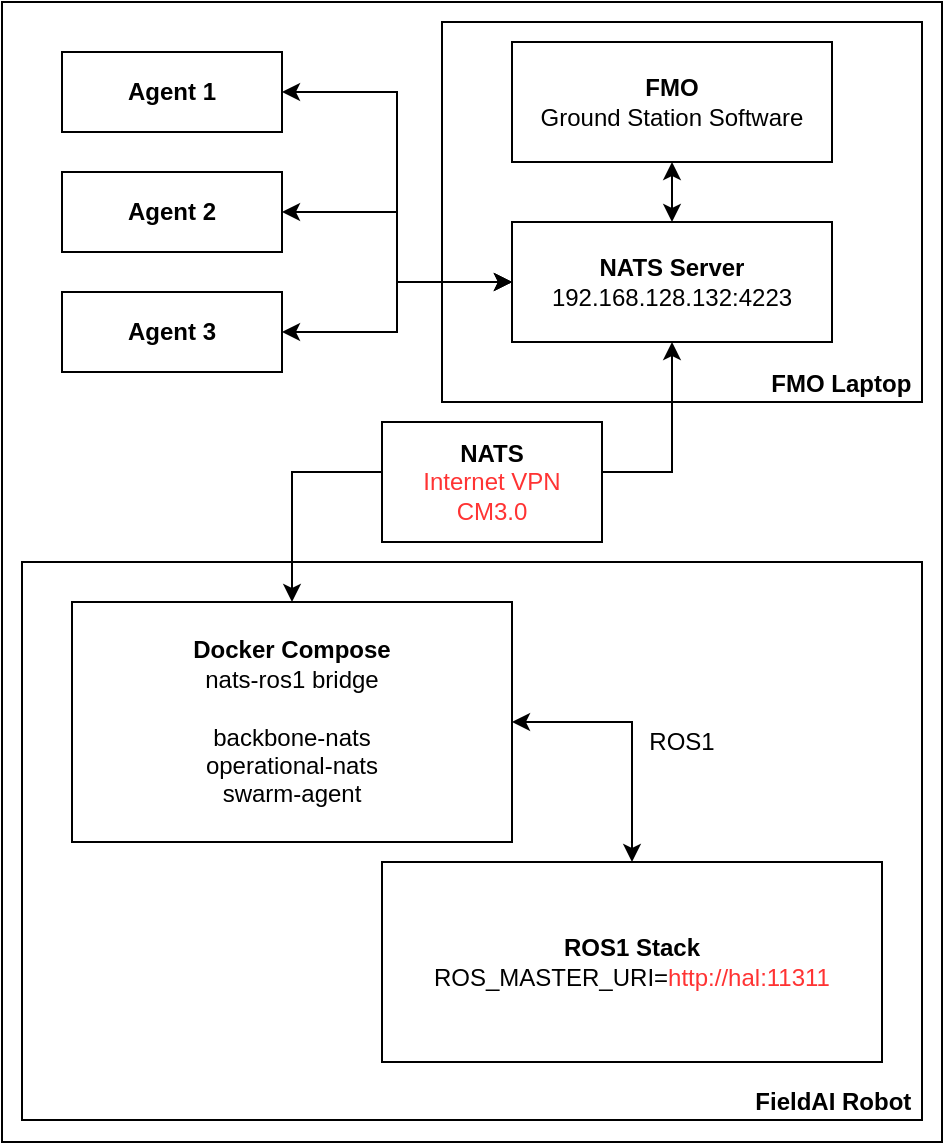
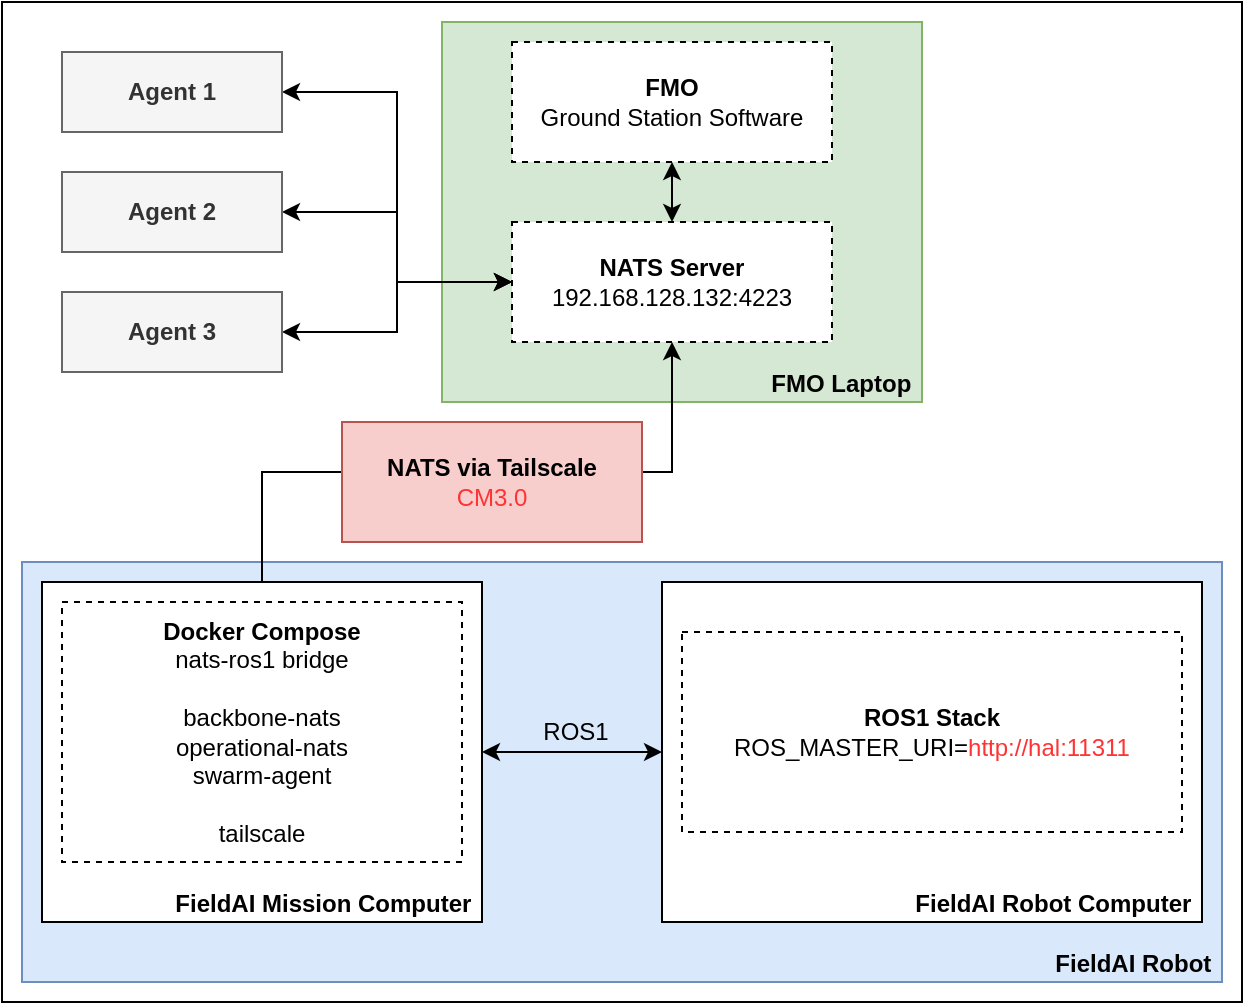
<mxfile host="Electron" agent="Mozilla/5.0 (X11; Linux x86_64) AppleWebKit/537.36 (KHTML, like Gecko) draw.io/28.2.5 Chrome/138.0.7204.251 Electron/37.6.1 Safari/537.36" version="28.2.5">
  <diagram name="Page-1" id="4LKxJmiHCzAgHi-25CAg">
    <mxGraphModel dx="983" dy="596" grid="1" gridSize="10" guides="1" tooltips="1" connect="1" arrows="1" fold="1" page="1" pageScale="1" pageWidth="850" pageHeight="1100" math="0" shadow="0">
      <root>
        <mxCell id="0" />
        <mxCell id="1" parent="0" />
-         <mxCell id="ao4_OA2Sh6UKhkAWIHi6-6" value="" style="rounded=0;whiteSpace=wrap;html=1;" vertex="1" parent="1">
-           <mxGeometry x="140" y="260" width="470" height="570" as="geometry" />
+         <mxCell id="ao4_OA2Sh6UKhkAWIHi6-6" value="" style="rounded=0;whiteSpace=wrap;html=1;" parent="1" vertex="1">
+           <mxGeometry x="140" y="260" width="620" height="500" as="geometry" />
        </mxCell>
-         <mxCell id="NqXXLPDWZZw7BoWwIbQB-7" value="&lt;b&gt;FMO Laptop&amp;nbsp;&lt;/b&gt;" style="rounded=0;whiteSpace=wrap;html=1;align=right;verticalAlign=bottom;" parent="1" vertex="1">
+         <mxCell id="NqXXLPDWZZw7BoWwIbQB-7" value="&lt;b&gt;FMO Laptop&amp;nbsp;&lt;/b&gt;" style="rounded=0;whiteSpace=wrap;html=1;align=right;verticalAlign=bottom;fillColor=#d5e8d4;strokeColor=#82b366;" parent="1" vertex="1">
          <mxGeometry x="360" y="270" width="240" height="190" as="geometry" />
        </mxCell>
-         <mxCell id="NqXXLPDWZZw7BoWwIbQB-6" value="&lt;b&gt;FieldAI Robot&amp;nbsp;&lt;/b&gt;" style="rounded=0;whiteSpace=wrap;html=1;align=right;verticalAlign=bottom;" parent="1" vertex="1">
-           <mxGeometry x="150" y="540" width="450" height="279" as="geometry" />
+         <mxCell id="NqXXLPDWZZw7BoWwIbQB-6" value="&lt;b&gt;FieldAI Robot&amp;nbsp;&lt;/b&gt;" style="rounded=0;whiteSpace=wrap;html=1;align=right;verticalAlign=bottom;fillColor=#dae8fc;strokeColor=#6c8ebf;" parent="1" vertex="1">
+           <mxGeometry x="150" y="540" width="600" height="210" as="geometry" />
        </mxCell>
-         <mxCell id="NqXXLPDWZZw7BoWwIbQB-2" value="&lt;b&gt;NATS Server&lt;/b&gt;&lt;div&gt;192.168.128.132:4223&lt;/div&gt;" style="rounded=0;whiteSpace=wrap;html=1;" parent="1" vertex="1">
+         <mxCell id="NqXXLPDWZZw7BoWwIbQB-2" value="&lt;b&gt;NATS Server&lt;/b&gt;&lt;div&gt;192.168.128.132:4223&lt;/div&gt;" style="rounded=0;whiteSpace=wrap;html=1;dashed=1;" parent="1" vertex="1">
          <mxGeometry x="395" y="370" width="160" height="60" as="geometry" />
        </mxCell>
-         <mxCell id="NqXXLPDWZZw7BoWwIbQB-9" style="edgeStyle=orthogonalEdgeStyle;rounded=0;orthogonalLoop=1;jettySize=auto;html=1;exitX=1;exitY=0.5;exitDx=0;exitDy=0;startArrow=classic;startFill=1;" parent="1" source="NqXXLPDWZZw7BoWwIbQB-3" target="NqXXLPDWZZw7BoWwIbQB-5" edge="1">
+         <mxCell id="NqXXLPDWZZw7BoWwIbQB-9" style="edgeStyle=orthogonalEdgeStyle;rounded=0;orthogonalLoop=1;jettySize=auto;html=1;exitX=1;exitY=0.5;exitDx=0;exitDy=0;startArrow=classic;startFill=1;entryX=0;entryY=0.5;entryDx=0;entryDy=0;" parent="1" source="Mt-QOnj-M8pVkXTkuhvp-1" target="Mt-QOnj-M8pVkXTkuhvp-2" edge="1">
          <mxGeometry relative="1" as="geometry" />
        </mxCell>
        <mxCell id="NqXXLPDWZZw7BoWwIbQB-10" style="edgeStyle=orthogonalEdgeStyle;rounded=0;orthogonalLoop=1;jettySize=auto;html=1;exitX=0.5;exitY=0;exitDx=0;exitDy=0;startArrow=classic;startFill=1;" parent="1" source="NqXXLPDWZZw7BoWwIbQB-3" target="NqXXLPDWZZw7BoWwIbQB-2" edge="1">
          <mxGeometry relative="1" as="geometry" />
        </mxCell>
-         <mxCell id="NqXXLPDWZZw7BoWwIbQB-3" value="&lt;div&gt;&lt;b&gt;Docker Compose&lt;/b&gt;&lt;/div&gt;&lt;div&gt;nats-ros1 bridge&lt;/div&gt;&lt;div&gt;&lt;br&gt;&lt;/div&gt;&lt;div&gt;backbone-nats&lt;/div&gt;&lt;div&gt;operational-nats&lt;/div&gt;&lt;div&gt;swarm-agent&lt;/div&gt;" style="rounded=0;whiteSpace=wrap;html=1;verticalAlign=middle;" parent="1" vertex="1">
-           <mxGeometry x="175" y="560" width="220" height="120" as="geometry" />
-         </mxCell>
-         <mxCell id="NqXXLPDWZZw7BoWwIbQB-5" value="&lt;b&gt;ROS1 Stack&lt;/b&gt;&lt;br&gt;ROS_MASTER_URI=&lt;font style=&quot;color: rgb(255, 51, 51);&quot;&gt;http://hal:11311&lt;/font&gt;" style="rounded=0;whiteSpace=wrap;html=1;" parent="1" vertex="1">
-           <mxGeometry x="330" y="690" width="250" height="100" as="geometry" />
-         </mxCell>
        <mxCell id="33FqFWJDVf2yEUuYl60e-10" style="edgeStyle=orthogonalEdgeStyle;rounded=0;orthogonalLoop=1;jettySize=auto;html=1;exitX=0.5;exitY=1;exitDx=0;exitDy=0;entryX=0.5;entryY=0;entryDx=0;entryDy=0;startArrow=classic;startFill=1;" parent="1" source="NqXXLPDWZZw7BoWwIbQB-8" target="NqXXLPDWZZw7BoWwIbQB-2" edge="1">
          <mxGeometry relative="1" as="geometry" />
        </mxCell>
-         <mxCell id="NqXXLPDWZZw7BoWwIbQB-8" value="&lt;b&gt;FMO&lt;/b&gt;&lt;div&gt;Ground Station Software&lt;/div&gt;" style="rounded=0;whiteSpace=wrap;html=1;" parent="1" vertex="1">
+         <mxCell id="NqXXLPDWZZw7BoWwIbQB-8" value="&lt;b&gt;FMO&lt;/b&gt;&lt;div&gt;Ground Station Software&lt;/div&gt;" style="rounded=0;whiteSpace=wrap;html=1;dashed=1;" parent="1" vertex="1">
          <mxGeometry x="395" y="280" width="160" height="60" as="geometry" />
        </mxCell>
-         <mxCell id="33FqFWJDVf2yEUuYl60e-1" value="&lt;div&gt;&lt;b&gt;NATS&lt;/b&gt;&lt;/div&gt;&lt;font style=&quot;color: rgb(255, 51, 51);&quot;&gt;Internet VPN&lt;/font&gt;&lt;div&gt;&lt;font style=&quot;color: rgb(255, 51, 51);&quot;&gt;CM3.0&lt;/font&gt;&lt;/div&gt;" style="rounded=0;whiteSpace=wrap;html=1;" parent="1" vertex="1">
-           <mxGeometry x="330" y="470" width="110" height="60" as="geometry" />
+         <mxCell id="33FqFWJDVf2yEUuYl60e-1" value="&lt;div&gt;&lt;b&gt;NATS via Tailscale&lt;/b&gt;&lt;/div&gt;&lt;div&gt;&lt;font style=&quot;color: rgb(255, 51, 51);&quot;&gt;CM3.0&lt;/font&gt;&lt;/div&gt;" style="rounded=0;whiteSpace=wrap;html=1;fillColor=#f8cecc;strokeColor=#b85450;" parent="1" vertex="1">
+           <mxGeometry x="310" y="470" width="150" height="60" as="geometry" />
        </mxCell>
        <mxCell id="33FqFWJDVf2yEUuYl60e-5" style="edgeStyle=orthogonalEdgeStyle;rounded=0;orthogonalLoop=1;jettySize=auto;html=1;exitX=1;exitY=0.5;exitDx=0;exitDy=0;entryX=0;entryY=0.5;entryDx=0;entryDy=0;startArrow=classic;startFill=1;" parent="1" source="33FqFWJDVf2yEUuYl60e-2" target="NqXXLPDWZZw7BoWwIbQB-2" edge="1">
          <mxGeometry relative="1" as="geometry" />
        </mxCell>
-         <mxCell id="33FqFWJDVf2yEUuYl60e-2" value="&lt;b&gt;Agent 1&lt;/b&gt;" style="rounded=0;whiteSpace=wrap;html=1;align=center;verticalAlign=middle;" parent="1" vertex="1">
+         <mxCell id="33FqFWJDVf2yEUuYl60e-2" value="&lt;b&gt;Agent 1&lt;/b&gt;" style="rounded=0;whiteSpace=wrap;html=1;align=center;verticalAlign=middle;fillColor=#f5f5f5;fontColor=#333333;strokeColor=#666666;" parent="1" vertex="1">
          <mxGeometry x="170" y="285" width="110" height="40" as="geometry" />
        </mxCell>
        <mxCell id="33FqFWJDVf2yEUuYl60e-6" style="edgeStyle=orthogonalEdgeStyle;rounded=0;orthogonalLoop=1;jettySize=auto;html=1;exitX=1;exitY=0.5;exitDx=0;exitDy=0;entryX=0;entryY=0.5;entryDx=0;entryDy=0;startArrow=classic;startFill=1;" parent="1" source="33FqFWJDVf2yEUuYl60e-3" target="NqXXLPDWZZw7BoWwIbQB-2" edge="1">
          <mxGeometry relative="1" as="geometry" />
        </mxCell>
-         <mxCell id="33FqFWJDVf2yEUuYl60e-3" value="&lt;b&gt;Agent 2&lt;/b&gt;" style="rounded=0;whiteSpace=wrap;html=1;align=center;verticalAlign=middle;" parent="1" vertex="1">
+         <mxCell id="33FqFWJDVf2yEUuYl60e-3" value="&lt;b&gt;Agent 2&lt;/b&gt;" style="rounded=0;whiteSpace=wrap;html=1;align=center;verticalAlign=middle;fillColor=#f5f5f5;fontColor=#333333;strokeColor=#666666;" parent="1" vertex="1">
          <mxGeometry x="170" y="345" width="110" height="40" as="geometry" />
        </mxCell>
        <mxCell id="33FqFWJDVf2yEUuYl60e-7" style="edgeStyle=orthogonalEdgeStyle;rounded=0;orthogonalLoop=1;jettySize=auto;html=1;exitX=1;exitY=0.5;exitDx=0;exitDy=0;entryX=0;entryY=0.5;entryDx=0;entryDy=0;startArrow=classic;startFill=1;" parent="1" source="33FqFWJDVf2yEUuYl60e-4" target="NqXXLPDWZZw7BoWwIbQB-2" edge="1">
          <mxGeometry relative="1" as="geometry" />
        </mxCell>
-         <mxCell id="33FqFWJDVf2yEUuYl60e-4" value="&lt;b&gt;Agent 3&lt;/b&gt;" style="rounded=0;whiteSpace=wrap;html=1;align=center;verticalAlign=middle;" parent="1" vertex="1">
+         <mxCell id="33FqFWJDVf2yEUuYl60e-4" value="&lt;b&gt;Agent 3&lt;/b&gt;" style="rounded=0;whiteSpace=wrap;html=1;align=center;verticalAlign=middle;fillColor=#f5f5f5;fontColor=#333333;strokeColor=#666666;" parent="1" vertex="1">
          <mxGeometry x="170" y="405" width="110" height="40" as="geometry" />
        </mxCell>
        <mxCell id="33FqFWJDVf2yEUuYl60e-9" value="ROS1" style="text;html=1;align=center;verticalAlign=middle;whiteSpace=wrap;rounded=0;" parent="1" vertex="1">
-           <mxGeometry x="450" y="615" width="60" height="30" as="geometry" />
+           <mxGeometry x="397" y="610" width="60" height="30" as="geometry" />
+         </mxCell>
+         <mxCell id="Mt-QOnj-M8pVkXTkuhvp-1" value="&lt;div&gt;&lt;b&gt;FieldAI Mission Computer&amp;nbsp;&lt;/b&gt;&lt;/div&gt;" style="rounded=0;whiteSpace=wrap;html=1;verticalAlign=bottom;align=right;" vertex="1" parent="1">
+           <mxGeometry x="160" y="550" width="220" height="170" as="geometry" />
+         </mxCell>
+         <mxCell id="NqXXLPDWZZw7BoWwIbQB-3" value="&lt;div&gt;&lt;b&gt;Docker Compose&lt;/b&gt;&lt;/div&gt;&lt;div&gt;nats-ros1 bridge&lt;/div&gt;&lt;div&gt;&lt;br&gt;&lt;/div&gt;&lt;div&gt;backbone-nats&lt;/div&gt;&lt;div&gt;operational-nats&lt;/div&gt;&lt;div&gt;swarm-agent&lt;/div&gt;&lt;div&gt;&lt;br&gt;&lt;/div&gt;&lt;div&gt;tailscale&lt;/div&gt;" style="rounded=0;whiteSpace=wrap;html=1;verticalAlign=middle;dashed=1;" parent="1" vertex="1">
+           <mxGeometry x="170" y="560" width="200" height="130" as="geometry" />
+         </mxCell>
+         <mxCell id="Mt-QOnj-M8pVkXTkuhvp-2" value="&lt;div&gt;&lt;b&gt;FieldAI Robot Computer&amp;nbsp;&lt;/b&gt;&lt;/div&gt;" style="rounded=0;whiteSpace=wrap;html=1;verticalAlign=bottom;align=right;" vertex="1" parent="1">
+           <mxGeometry x="470" y="550" width="270" height="170" as="geometry" />
+         </mxCell>
+         <mxCell id="NqXXLPDWZZw7BoWwIbQB-5" value="&lt;b&gt;ROS1 Stack&lt;/b&gt;&lt;br&gt;ROS_MASTER_URI=&lt;font style=&quot;color: rgb(255, 51, 51);&quot;&gt;http://hal:11311&lt;/font&gt;" style="rounded=0;whiteSpace=wrap;html=1;dashed=1;" parent="1" vertex="1">
+           <mxGeometry x="480" y="575" width="250" height="100" as="geometry" />
        </mxCell>
      </root>
    </mxGraphModel>
  </diagram>
</mxfile>
